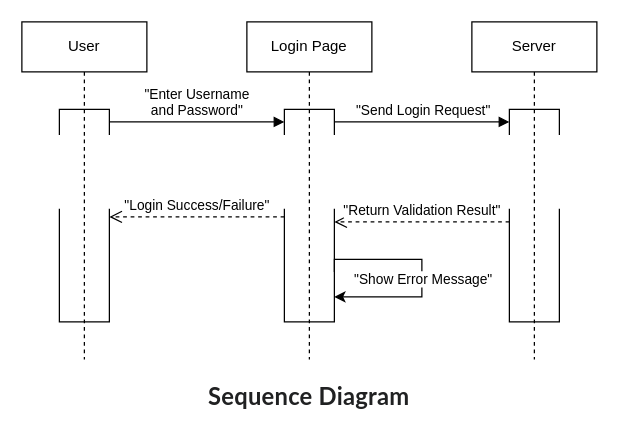
bishwasadh/draw.io keeps this draw.io diagram as Sequence Diagram.drawio. Above is the earlier version. Source tidied: cells renumbered, new cells numbered last; positions are measured from the earlier drawing's top-left corner, leaving out a move shared by most shapes. Both pictures are drawn from the tidied source at 125%, with x=0, y=0 at pixel (21, 21).
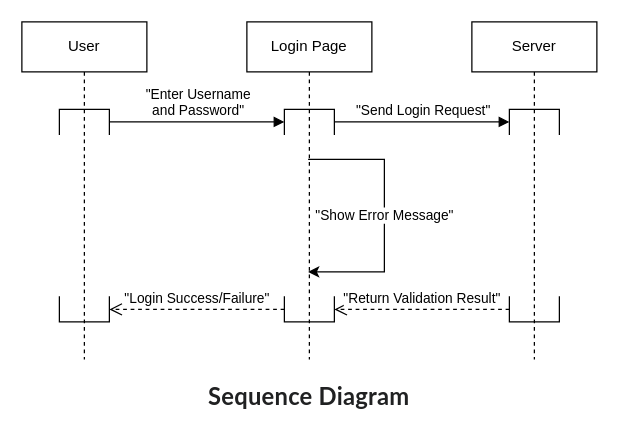
After the change.

Unchanged cells that the change refers to:
```xml
<mxCell id="2" value="User" style="shape=umlLifeline;perimeter=lifelinePerimeter;whiteSpace=wrap;html=1;newEdgeStyle={&quot;curved&quot;:0,&quot;rounded&quot;:0};" parent="1" vertex="1">
  <mxGeometry width="100" height="270" as="geometry" />
</mxCell>
<mxCell id="5" value="Login Page" style="shape=umlLifeline;perimeter=lifelinePerimeter;whiteSpace=wrap;html=1;newEdgeStyle={&quot;curved&quot;:0,&quot;rounded&quot;:0};" parent="1" vertex="1">
  <mxGeometry x="180" width="100" height="270" as="geometry" />
</mxCell>
<mxCell id="8" value="Server" style="shape=umlLifeline;perimeter=lifelinePerimeter;whiteSpace=wrap;html=1;newEdgeStyle={&quot;curved&quot;:0,&quot;rounded&quot;:0};" parent="1" vertex="1">
  <mxGeometry x="360" width="100" height="270" as="geometry" />
</mxCell>
```

Change to the diagram source:
```diff
@@
     <mxCell id="4" style="shape=partialRectangle;whiteSpace=wrap;html=1;top=0;fillColor=none;point=[];targetShapes=umlLifeline;" parent="2" vertex="1">
-      <mxGeometry x="30" y="150" width="40" height="90" as="geometry" />
+      <mxGeometry x="30" y="220" width="40" height="20" as="geometry" />
     </mxCell>
@@
     <mxCell id="7" style="shape=partialRectangle;whiteSpace=wrap;html=1;top=0;fillColor=none;point=[];targetShapes=umlLifeline;" parent="5" vertex="1">
-      <mxGeometry x="30" y="150" width="40" height="90" as="geometry" />
+      <mxGeometry x="30" y="220" width="40" height="20" as="geometry" />
     </mxCell>
@@
     <mxCell id="10" style="shape=partialRectangle;whiteSpace=wrap;html=1;top=0;fillColor=none;point=[];targetShapes=umlLifeline;" parent="8" vertex="1">
-      <mxGeometry x="30" y="150" width="40" height="90" as="geometry" />
+      <mxGeometry x="30" y="220" width="40" height="20" as="geometry" />
     </mxCell>
     <mxCell id="11" value="&quot;Enter Username&lt;div&gt;and Password&quot;&lt;/div&gt;" style="html=1;verticalAlign=bottom;endArrow=block;curved=0;rounded=0;" parent="1" edge="1">
-      <mxGeometry relative="1" as="geometry">
+      <mxGeometry x="0.01" relative="1" as="geometry">
         <mxPoint x="70" y="80" as="sourcePoint" />
         <mxPoint x="210" y="80" as="targetPoint" />
       </mxGeometry>
     </mxCell>
     <mxCell id="12" value="&quot;Login Success/Failure&quot;" style="html=1;verticalAlign=bottom;endArrow=open;dashed=1;endSize=8;curved=0;rounded=0;" parent="1" edge="1">
       <mxGeometry relative="1" as="geometry">
-        <mxPoint x="210" y="156" as="sourcePoint" />
-        <mxPoint x="70" y="156" as="targetPoint" />
+        <mxPoint x="210" y="230" as="sourcePoint" />
+        <mxPoint x="70" y="230" as="targetPoint" />
       </mxGeometry>
     </mxCell>
@@
     <mxCell id="14" value="&quot;Return Validation Result&quot;" style="html=1;verticalAlign=bottom;endArrow=open;dashed=1;endSize=8;curved=0;rounded=0;" parent="1" edge="1">
       <mxGeometry relative="1" as="geometry">
-        <mxPoint x="390" y="160" as="sourcePoint" />
-        <mxPoint x="250" y="160" as="targetPoint" />
+        <mxPoint x="390" y="230" as="sourcePoint" />
+        <mxPoint x="250" y="230" as="targetPoint" />
       </mxGeometry>
     </mxCell>
-    <mxCell id="15" style="edgeStyle=orthogonalEdgeStyle;rounded=0;orthogonalLoop=1;jettySize=auto;html=1;curved=0;" parent="1" edge="1">
-      <mxGeometry relative="1" as="geometry">
-        <mxPoint x="250" y="200" as="sourcePoint" />
-        <mxPoint x="250" y="220" as="targetPoint" />
-        <Array as="points">
-          <mxPoint x="250" y="190" />
-          <mxPoint x="320" y="190" />
-          <mxPoint x="320" y="220" />
-        </Array>
-      </mxGeometry>
-    </mxCell>
+    <mxCell id="17" value="&lt;strong style=&quot;color: rgb(32, 33, 34); font-family: Lato, &amp;quot;Lucida Sans Unicode&amp;quot;, &amp;quot;Lucida Grande&amp;quot;, sans-serif; font-size: 19px; letter-spacing: 0.2px; text-align: left; background-color: rgb(255, 255, 255);&quot;&gt;Sequence Diagram&lt;/strong&gt;" style="text;html=1;align=center;verticalAlign=middle;whiteSpace=wrap;rounded=0;" parent="1" vertex="1">
+      <mxGeometry x="140" y="290" width="180" height="20" as="geometry" />
+    </mxCell>
-    <mxCell id="16" value="&quot;Show Error Message&quot;" style="edgeLabel;html=1;align=center;verticalAlign=middle;" parent="15" vertex="1">
-      <mxGeometry x="0.05" relative="1" as="geometry" />
+    <mxCell id="16" value="&quot;Show Error Message&quot;" style="edgeStyle=orthogonalEdgeStyle;rounded=0;orthogonalLoop=1;jettySize=auto;html=1;curved=0;elbow=vertical;" parent="1" edge="1">
+      <mxGeometry relative="1" as="geometry">
+        <mxPoint x="229" y="110" as="sourcePoint" />
+        <mxPoint x="229" y="200" as="targetPoint" />
+        <Array as="points">
+          <mxPoint x="290" y="200" />
+        </Array>
+      </mxGeometry>
     </mxCell>
-    <mxCell id="17" value="&lt;strong style=&quot;color: rgb(32, 33, 34); font-family: Lato, &amp;quot;Lucida Sans Unicode&amp;quot;, &amp;quot;Lucida Grande&amp;quot;, sans-serif; font-size: 19px; letter-spacing: 0.2px; text-align: left; background-color: rgb(255, 255, 255);&quot;&gt;Sequence Diagram&lt;/strong&gt;" style="text;html=1;align=center;verticalAlign=middle;whiteSpace=wrap;rounded=0;" parent="1" vertex="1">
-      <mxGeometry x="140" y="290" width="180" height="20" as="geometry" />
-    </mxCell>
```
